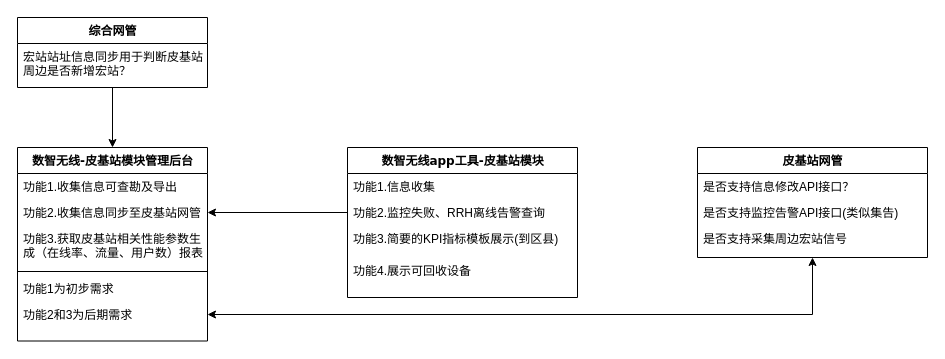
Above: 数值无线皮基站模块.drawio in LJGxuyaohui/diagrams-fig (draw.io), before the change. Source tidied: cells renumbered, new cells numbered last; positions are measured from the earlier drawing's top-left corner, leaving out a move shared by most shapes. Both pictures are drawn from the tidied source at 100%, with x=0, y=0 at pixel (17, 17).
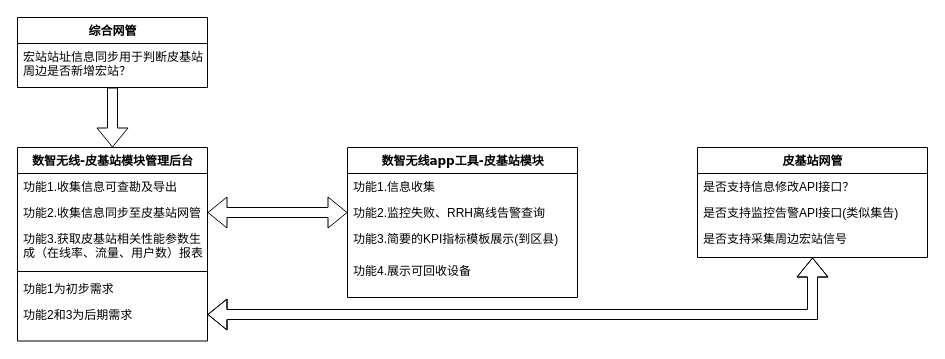
The same diagram, later.

Commit message (it also covers changes not shown here):
更新数值无线皮基站模块.drawio

The change refers to these unchanged cells:
```xml
<mxCell id="4" value="功能2.监控失败、RRH离线告警查询" style="text;html=1;strokeColor=none;fillColor=none;align=left;verticalAlign=top;spacingLeft=4;spacingRight=4;whiteSpace=wrap;overflow=hidden;points=[[0,0.5],[1,0.5]];portConstraint=eastwest;" parent="2" vertex="1">
  <mxGeometry y="52" width="230" height="26" as="geometry" />
</mxCell>
<mxCell id="7" value="皮基站网管" style="swimlane;html=1;fontStyle=1;align=center;verticalAlign=top;horizontal=1;startSize=26;swimlaneFillColor=#ffffff;rounded=0;shadow=0;comic=0;labelBackgroundColor=none;strokeWidth=1;fillColor=none;fontFamily=Verdana;fontSize=12;" parent="1" vertex="1">
  <mxGeometry x="680" y="130" width="230" height="110" as="geometry" />
</mxCell>
<mxCell id="11" value="数智无线-皮基站模块管理后台" style="swimlane;html=1;fontStyle=1;align=center;verticalAlign=top;horizontal=1;startSize=26;swimlaneFillColor=#ffffff;rounded=0;shadow=0;comic=0;labelBackgroundColor=none;strokeWidth=1;fillColor=none;fontFamily=Verdana;fontSize=12;" parent="1" vertex="1">
  <mxGeometry y="130" width="190" height="193.5" as="geometry" />
</mxCell>
<mxCell id="13" value="功能2.收集信息同步至皮基站网管" style="text;html=1;strokeColor=none;fillColor=none;align=left;verticalAlign=top;spacingLeft=4;spacingRight=4;whiteSpace=wrap;overflow=hidden;points=[[0,0.5],[1,0.5]];portConstraint=eastwest;" parent="11" vertex="1">
  <mxGeometry y="52" width="190" height="26" as="geometry" />
</mxCell>
<mxCell id="17" value="功能2和3为后期需求" style="text;html=1;strokeColor=none;fillColor=none;align=left;verticalAlign=top;spacingLeft=4;spacingRight=4;whiteSpace=wrap;overflow=hidden;points=[[0,0.5],[1,0.5]];portConstraint=eastwest;" parent="11" vertex="1">
  <mxGeometry y="154" width="190" height="26" as="geometry" />
</mxCell>
<mxCell id="21" value="综合网管" style="swimlane;html=1;fontStyle=1;align=center;verticalAlign=top;horizontal=1;startSize=26;swimlaneFillColor=#ffffff;rounded=0;shadow=0;comic=0;labelBackgroundColor=none;strokeWidth=1;fillColor=none;fontFamily=Verdana;fontSize=12;" parent="1" vertex="1">
  <mxGeometry width="190" height="70" as="geometry" />
</mxCell>
```

Diff of the diagram source:
```diff
@@
-    <mxCell id="18" style="edgeStyle=orthogonalEdgeStyle;rounded=0;jettySize=auto;html=1;exitX=0;exitY=0.5;exitDx=0;exitDy=0;entryX=1;entryY=0.5;entryDx=0;entryDy=0;" parent="1" edge="1" source="4" target="13">
+    <mxCell id="18" style="edgeStyle=orthogonalEdgeStyle;rounded=0;jettySize=auto;html=1;exitX=0;exitY=0.5;exitDx=0;exitDy=0;entryX=1;entryY=0.5;entryDx=0;entryDy=0;shape=flexArrow;startArrow=block;" parent="1" edge="1" source="4" target="13">
       <mxGeometry relative="1" as="geometry" />
     </mxCell>
-    <mxCell id="19" style="edgeStyle=orthogonalEdgeStyle;rounded=0;jettySize=auto;html=1;entryX=0.5;entryY=1;entryDx=0;entryDy=0;startArrow=classic;startFill=1;" parent="1" edge="1" source="17" target="7">
+    <mxCell id="19" style="edgeStyle=orthogonalEdgeStyle;rounded=0;jettySize=auto;html=1;entryX=0.5;entryY=1;entryDx=0;entryDy=0;startArrow=classic;startFill=1;shape=flexArrow;" parent="1" edge="1" source="17" target="7">
       <mxGeometry relative="1" as="geometry" />
     </mxCell>
-    <mxCell id="20" style="edgeStyle=orthogonalEdgeStyle;rounded=0;jettySize=auto;html=1;entryX=0.5;entryY=0;entryDx=0;entryDy=0;" parent="1" edge="1" source="21" target="11">
+    <mxCell id="20" style="edgeStyle=orthogonalEdgeStyle;rounded=0;jettySize=auto;html=1;entryX=0.5;entryY=0;entryDx=0;entryDy=0;shape=flexArrow;" parent="1" edge="1" source="21" target="11">
       <mxGeometry relative="1" as="geometry" />
     </mxCell>
```
